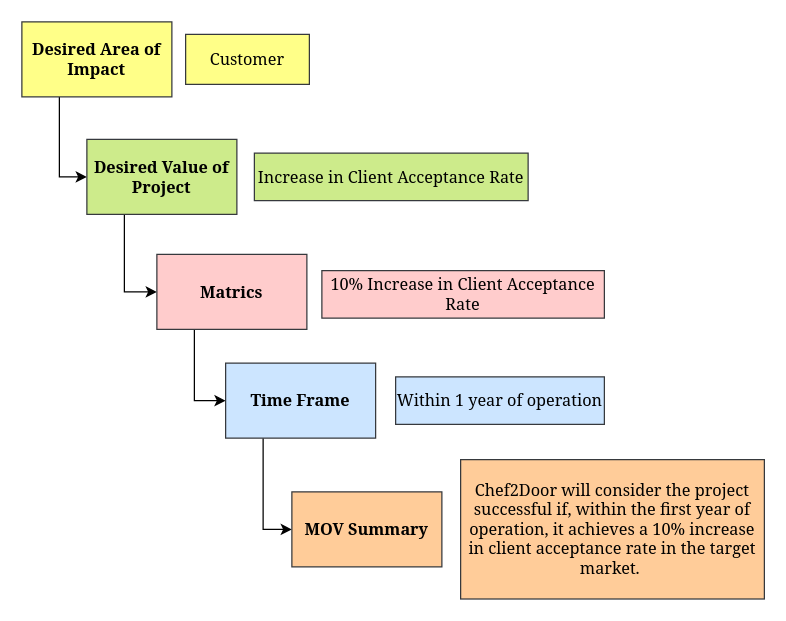
Earlier version of the draw.io diagram page "Page-1" (1 of 2) of Untitled Diagram.drawio (AbeSoll/Draw.io). Source tidied: cells renumbered, new cells numbered last; positions are measured from the earlier drawing's top-left corner, leaving out a move shared by most shapes. Both pictures are drawn from the tidied source at 125%, with x=0, y=0 at pixel (21, 21).
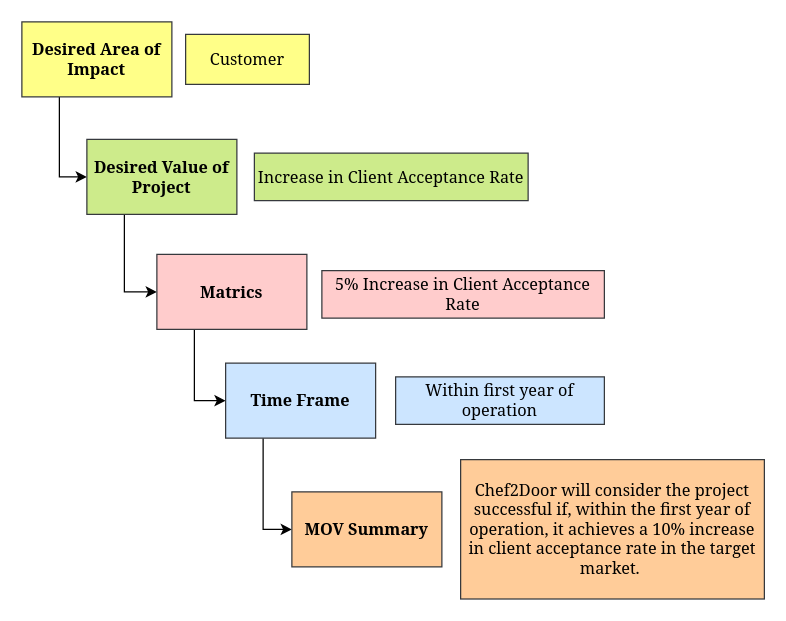
The same page after the edit.

The edit, as a diff of the source:
```diff
@@
 <mxGraphModel>
   <root>
     <mxCell id="0" />
     <mxCell id="1" parent="0" />
     <mxCell id="2" value="Customer" style="rounded=0;whiteSpace=wrap;html=1;fillColor=#ffff88;strokeColor=#36393d;fontFamily=Georgia;fontSize=13;" parent="1" vertex="1">
       <mxGeometry x="131" y="10" width="99" height="40" as="geometry" />
     </mxCell>
     <mxCell id="3" value="Increase in Client Acceptance Rate" style="rounded=0;whiteSpace=wrap;html=1;fillColor=#cdeb8b;strokeColor=#36393d;fontFamily=Georgia;fontSize=13;" parent="1" vertex="1">
       <mxGeometry x="186" y="105" width="219" height="38" as="geometry" />
     </mxCell>
-    <mxCell id="4" value="10% Increase in Client Acceptance Rate" style="rounded=0;whiteSpace=wrap;html=1;fillColor=#ffcccc;strokeColor=#36393d;fontFamily=Georgia;fontSize=13;" parent="1" vertex="1">
+    <mxCell id="4" value="5% Increase in Client Acceptance Rate" style="rounded=0;whiteSpace=wrap;html=1;fillColor=#ffcccc;strokeColor=#36393d;fontFamily=Georgia;fontSize=13;" parent="1" vertex="1">
       <mxGeometry x="240" y="199" width="226" height="38" as="geometry" />
     </mxCell>
     <mxCell id="5" style="edgeStyle=orthogonalEdgeStyle;rounded=0;jettySize=auto;html=1;exitX=0.25;exitY=1;exitDx=0;exitDy=0;entryX=0;entryY=0.5;entryDx=0;entryDy=0;fontFamily=Georgia;fontSize=13;" parent="1" edge="1" source="6" target="8">
       <mxGeometry relative="1" as="geometry" />
     </mxCell>
     <mxCell id="6" value="Desired Area of Impact" style="rounded=0;whiteSpace=wrap;html=1;fillColor=#ffff88;strokeColor=#36393d;fontFamily=Georgia;fontSize=13;fontStyle=1;" parent="1" vertex="1">
       <mxGeometry width="120" height="60" as="geometry" />
     </mxCell>
     <mxCell id="7" style="edgeStyle=orthogonalEdgeStyle;rounded=0;jettySize=auto;html=1;exitX=0.25;exitY=1;exitDx=0;exitDy=0;entryX=0;entryY=0.5;entryDx=0;entryDy=0;fontFamily=Georgia;fontSize=13;" parent="1" edge="1" source="8" target="10">
       <mxGeometry relative="1" as="geometry" />
     </mxCell>
     <mxCell id="8" value="Desired Value of Project" style="rounded=0;whiteSpace=wrap;html=1;fillColor=#cdeb8b;strokeColor=#36393d;fontFamily=Georgia;fontSize=13;fontStyle=1;" parent="1" vertex="1">
       <mxGeometry x="52" y="94" width="120" height="60" as="geometry" />
     </mxCell>
     <mxCell id="9" style="edgeStyle=orthogonalEdgeStyle;rounded=0;jettySize=auto;html=1;exitX=0.25;exitY=1;exitDx=0;exitDy=0;entryX=0;entryY=0.5;entryDx=0;entryDy=0;fontFamily=Georgia;fontSize=13;" parent="1" edge="1" source="10" target="12">
       <mxGeometry relative="1" as="geometry" />
     </mxCell>
     <mxCell id="10" value="Matrics" style="rounded=0;whiteSpace=wrap;html=1;fillColor=#ffcccc;strokeColor=#36393d;fontFamily=Georgia;fontSize=13;fontStyle=1;" parent="1" vertex="1">
       <mxGeometry x="108" y="186" width="120" height="60" as="geometry" />
     </mxCell>
     <mxCell id="11" style="edgeStyle=orthogonalEdgeStyle;rounded=0;jettySize=auto;html=1;exitX=0.25;exitY=1;exitDx=0;exitDy=0;entryX=0;entryY=0.5;entryDx=0;entryDy=0;fontFamily=Georgia;fontSize=13;" parent="1" edge="1" source="12" target="14">
       <mxGeometry relative="1" as="geometry" />
     </mxCell>
     <mxCell id="12" value="Time Frame" style="rounded=0;whiteSpace=wrap;html=1;fillColor=#cce5ff;strokeColor=#36393d;fontFamily=Georgia;fontSize=13;fontStyle=1;" parent="1" vertex="1">
       <mxGeometry x="163" y="273" width="120" height="60" as="geometry" />
     </mxCell>
-    <mxCell id="13" value="Within 1 year of operation" style="rounded=0;whiteSpace=wrap;html=1;fillColor=#cce5ff;strokeColor=#36393d;fontFamily=Georgia;fontSize=13;" parent="1" vertex="1">
+    <mxCell id="13" value="Within first year of operation" style="rounded=0;whiteSpace=wrap;html=1;fillColor=#cce5ff;strokeColor=#36393d;fontFamily=Georgia;fontSize=13;" parent="1" vertex="1">
       <mxGeometry x="299" y="284" width="167" height="38" as="geometry" />
     </mxCell>
     <mxCell id="14" value="MOV Summary" style="rounded=0;whiteSpace=wrap;html=1;fillColor=#ffcc99;strokeColor=#36393d;fontFamily=Georgia;fontSize=13;fontStyle=1;" parent="1" vertex="1">
       <mxGeometry x="216" y="376" width="120" height="60" as="geometry" />
     </mxCell>
     <mxCell id="15" value="&lt;div style=&quot;font-size: 13px;&quot;&gt;&lt;span style=&quot;background-color: initial; font-size: 13px;&quot;&gt;Chef2Door will consider the project successful if, within the first year of operation, it achieves a 10% increase in client acceptance rate in the target market.&amp;nbsp;&lt;/span&gt;&lt;/div&gt;" style="rounded=0;html=1;align=center;labelBorderColor=none;spacingBottom=0;spacingTop=0;whiteSpace=wrap;fillColor=#ffcc99;strokeColor=#36393d;fontFamily=Georgia;fontSize=13;" parent="1" vertex="1">
       <mxGeometry x="351" y="350.2" width="243" height="111.5" as="geometry" />
     </mxCell>
   </root>
 </mxGraphModel>
```
